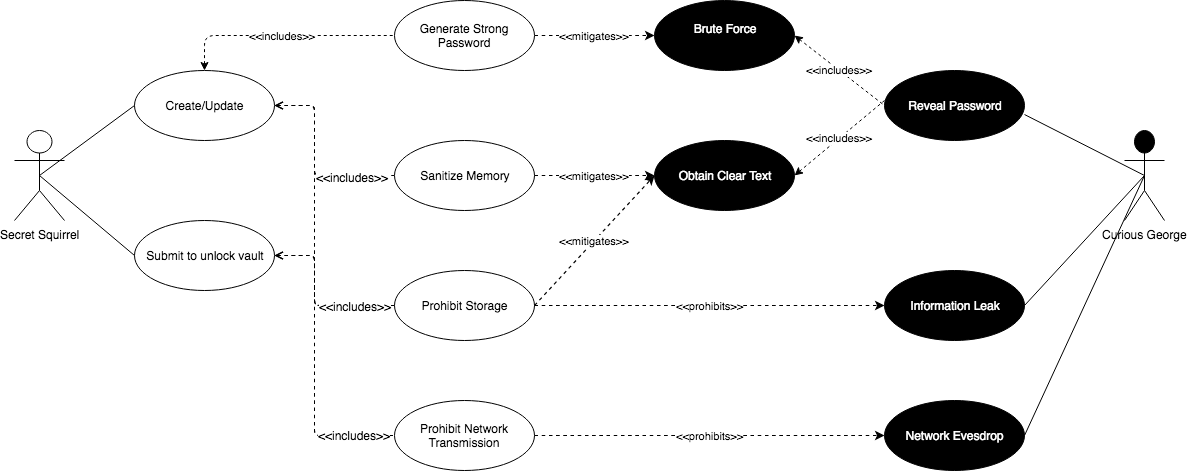
Before: Images/Use Cases-Master Password.png, a diagram exported from draw.io (sdfrench/CYBR8420-GotRoot). Source tidied: cells renumbered, new cells last; positions are measured from the earlier drawing's top-left corner, leaving out a move shared by most shapes.
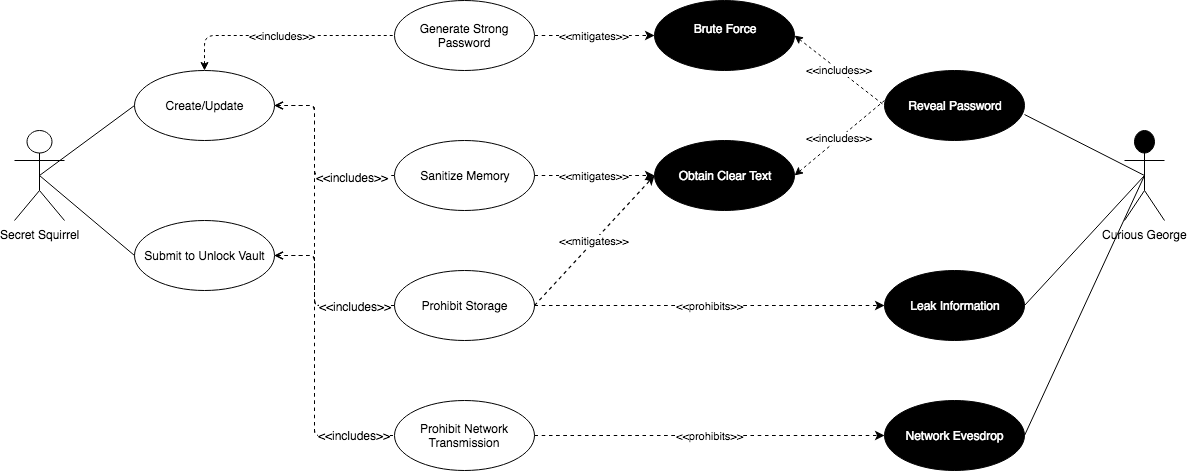
After the commit.

What changed in the source:
```diff
@@ -22,13 +22,13 @@
     <mxCell id="6" value="Secret Squirrel" style="shape=umlActor;verticalLabelPosition=bottom;labelBackgroundColor=#ffffff;verticalAlign=top;html=1;" parent="1" vertex="1">
       <mxGeometry y="130" width="50" height="90" as="geometry" />
     </mxCell>
-    <mxCell id="7" value="Information Leak" style="ellipse;whiteSpace=wrap;html=1;fillColor=#000000;fontColor=#FFFFFF;" parent="1" vertex="1">
+    <mxCell id="7" value="Leak Information" style="ellipse;whiteSpace=wrap;html=1;fillColor=#000000;fontColor=#FFFFFF;" parent="1" vertex="1">
       <mxGeometry x="870" y="270" width="140" height="70" as="geometry" />
     </mxCell>
     <mxCell id="8" value="&amp;lt;&amp;lt;mitigates&amp;gt;&amp;gt;" style="html=1;jettySize=18;fontSize=11;strokeOpacity=100;dashed=1;strokeWidth=1.2;rounded=1;arcSize=10;startArrow=none;endArrow=classic;entryX=0;entryY=0.5;entryDx=0;entryDy=0;endFill=1;startFill=0;exitX=1;exitY=0.5;exitDx=0;exitDy=0;" parent="1" edge="1" source="11" target="15">
       <mxGeometry relative="1" as="geometry" />
     </mxCell>
-    <mxCell id="9" value="Submit to unlock vault" style="ellipse;whiteSpace=wrap;html=1;" parent="1" vertex="1">
+    <mxCell id="9" value="Submit to Unlock Vault" style="ellipse;whiteSpace=wrap;html=1;" parent="1" vertex="1">
       <mxGeometry x="120" y="220" width="140" height="70" as="geometry" />
     </mxCell>
     <mxCell id="10" value="&amp;lt;&amp;lt;includes&amp;gt;&amp;gt;" style="edgeStyle=orthogonalEdgeStyle;rounded=1;jettySize=auto;html=1;dashed=1;startArrow=classic;startFill=1;endArrow=none;endFill=0;fontColor=#000000;exitX=0.5;exitY=0;exitDx=0;exitDy=0;entryX=0;entryY=0.5;entryDx=0;entryDy=0;" parent="1" edge="1" source="2" target="11">
```
